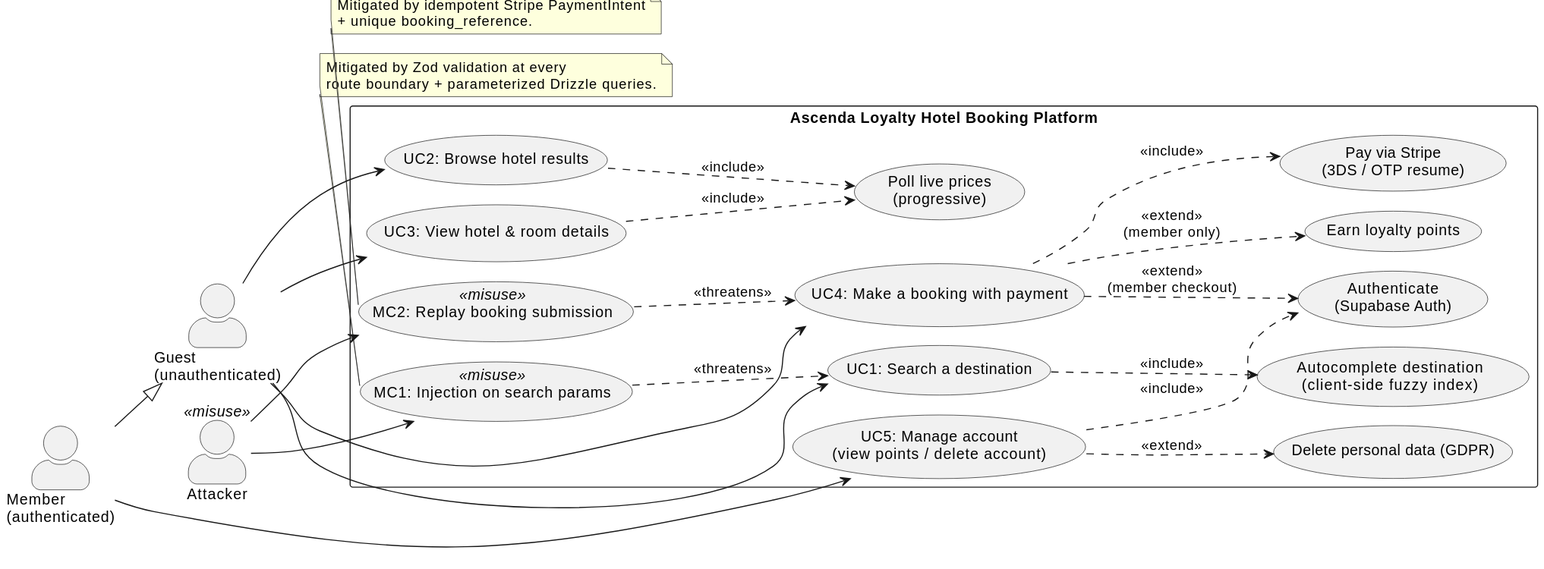
This is docs/uml/rendered/use-case.svg from Infintesky/esc-ascendas, a PlantUML export, as it was before one commit. Its diagram source:
```plantuml
@startuml
!pragma layout smetana
left to right direction
skinparam packageStyle rectangle
skinparam actorStyle awesome

actor "Guest\n(unauthenticated)" as Guest
actor "Member\n(authenticated)" as Member
actor "Attacker" as Attacker <<misuse>>

Member --|> Guest

rectangle "Ascenda Loyalty Hotel Booking Platform" {
  usecase "UC1: Search a destination" as UC1
  usecase "UC2: Browse hotel results" as UC2
  usecase "UC3: View hotel & room details" as UC3
  usecase "UC4: Make a booking with payment" as UC4
  usecase "UC5: Manage account\n(view points / delete account)" as UC5

  usecase "Autocomplete destination\n(client-side fuzzy index)" as UCa
  usecase "Poll live prices\n(progressive)" as UCb
  usecase "Authenticate\n(Supabase Auth)" as UCauth
  usecase "Earn loyalty points" as UCearn
  usecase "Pay via Stripe\n(3DS / OTP resume)" as UCpay
  usecase "Delete personal data (GDPR)" as UCgdpr

  usecase "MC1: Injection on search params" as MC1 <<misuse>>
  usecase "MC2: Replay booking submission" as MC2 <<misuse>>
}

Guest --> UC1
Guest --> UC2
Guest --> UC3
Guest --> UC4
Member --> UC5

UC1 ..> UCa : <<include>>
UC2 ..> UCb : <<include>>
UC3 ..> UCb : <<include>>
UC4 ..> UCpay : <<include>>
UC4 ..> UCearn : <<extend>>\n(member only)
UC5 ..> UCauth : <<include>>
UC5 ..> UCgdpr : <<extend>>
UC4 ..> UCauth : <<extend>>\n(member checkout)

Attacker --> MC1
Attacker --> MC2
MC1 ..> UC1 : <<threatens>>
MC2 ..> UC4 : <<threatens>>

note bottom of MC1
  Mitigated by Zod validation at every
  route boundary + parameterized Drizzle queries.
end note
note bottom of MC2
  Mitigated by idempotent Stripe PaymentIntent
  + unique booking_reference.
end note
@enduml
```
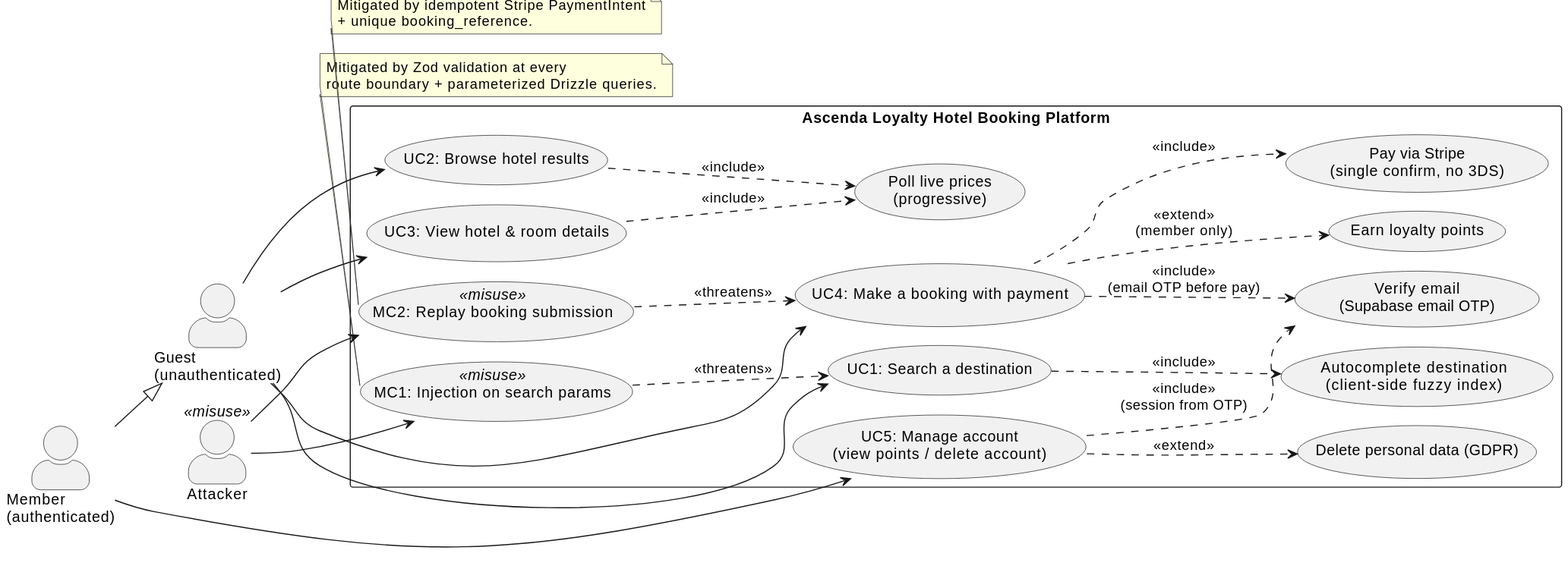
After the change.

Commit message:
docs: correct use-case diagram to email-OTP + no-3DS payment flow

What changed in the source:
```diff
@@ -19,9 +19,9 @@
 
   usecase "Autocomplete destination\n(client-side fuzzy index)" as UCa
   usecase "Poll live prices\n(progressive)" as UCb
-  usecase "Authenticate\n(Supabase Auth)" as UCauth
+  usecase "Verify email\n(Supabase email OTP)" as UCauth
   usecase "Earn loyalty points" as UCearn
-  usecase "Pay via Stripe\n(3DS / OTP resume)" as UCpay
+  usecase "Pay via Stripe\n(single confirm, no 3DS)" as UCpay
   usecase "Delete personal data (GDPR)" as UCgdpr
 
   usecase "MC1: Injection on search params" as MC1 <<misuse>>
@@ -39,9 +39,9 @@
 UC3 ..> UCb : <<include>>
 UC4 ..> UCpay : <<include>>
 UC4 ..> UCearn : <<extend>>\n(member only)
-UC5 ..> UCauth : <<include>>
+UC5 ..> UCauth : <<include>>\n(session from OTP)
 UC5 ..> UCgdpr : <<extend>>
-UC4 ..> UCauth : <<extend>>\n(member checkout)
+UC4 ..> UCauth : <<include>>\n(email OTP before pay)
 
 Attacker --> MC1
 Attacker --> MC2
```
